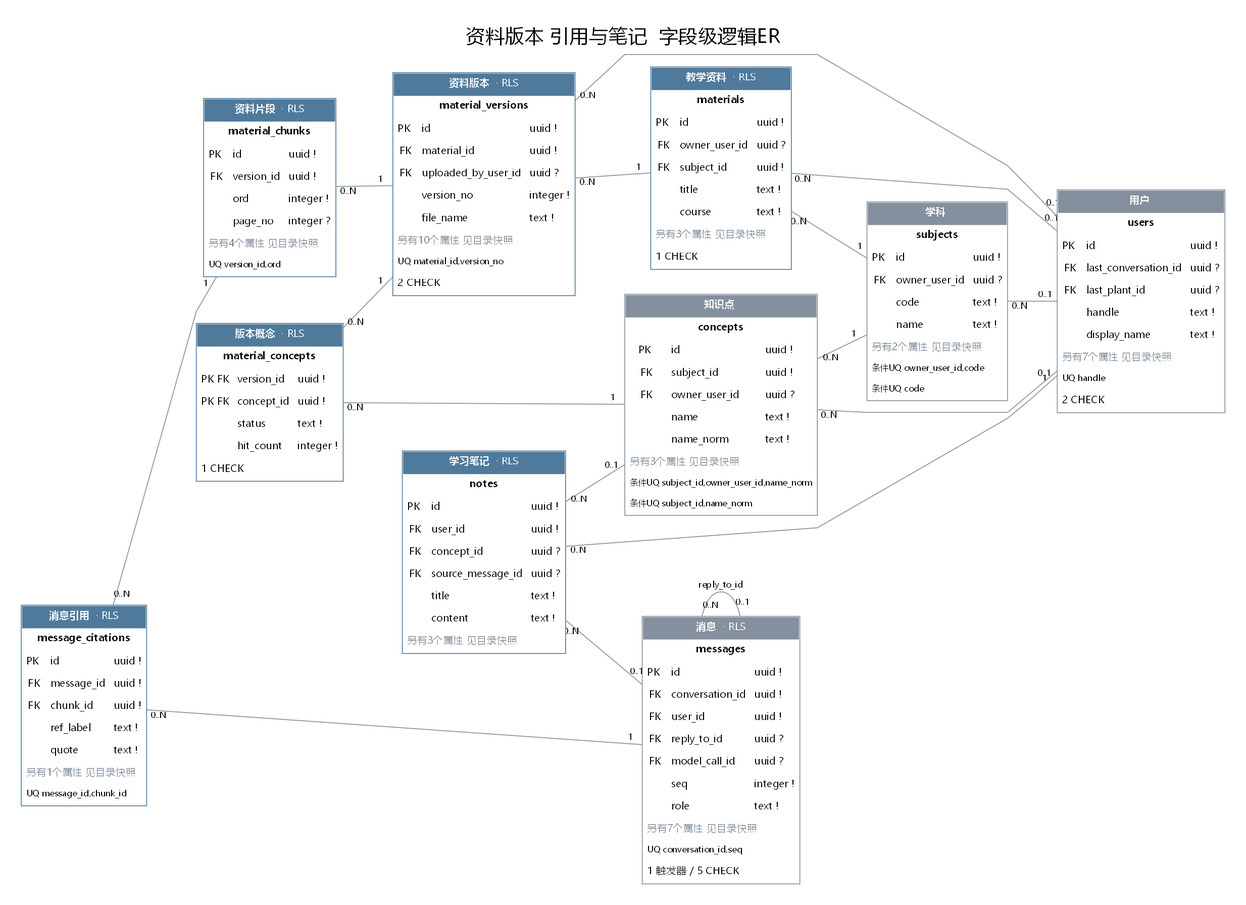
This is docs/er/advanced/detail-materials.png from tanqingcan/knowverse, a Graphviz export, as it was before one commit. Its source is kept beside it as docs/er/advanced/detail-materials.dot.
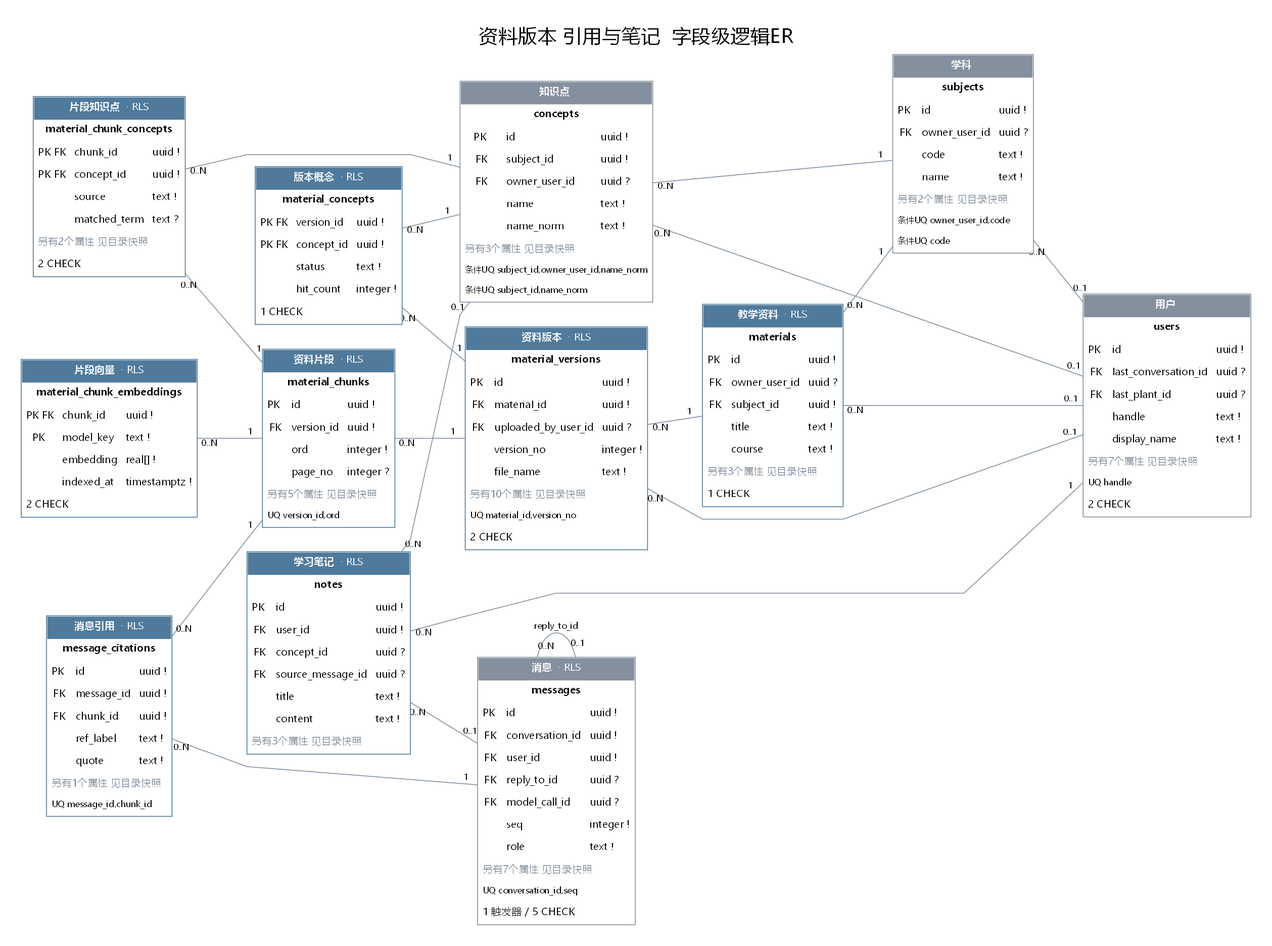
After the change.

The edit, as a diff of the source:
```diff
@@ -3,8 +3,10 @@
 node [fontname="Microsoft YaHei",fontsize=12]; edge [fontname="Microsoft YaHei",fontsize=10,labelfontsize=10,labeldistance=1.6];
 "materials" [shape=plain label=<<TABLE BORDER="1" CELLBORDER="0" CELLSPACING="0" CELLPADDING="5" BGCOLOR="white" COLOR="#507a9b"><TR><TD COLSPAN="3" BGCOLOR="#507a9b"><FONT COLOR="white"><B>教学资料</B>  · RLS</FONT></TD></TR><TR><TD COLSPAN="3"><B>materials</B></TD></TR><TR><TD>PK </TD><TD PORT="id" ALIGN="LEFT">id</TD><TD ALIGN="LEFT">uuid !</TD></TR><TR><TD>FK</TD><TD PORT="owner_user_id" ALIGN="LEFT">owner_user_id</TD><TD ALIGN="LEFT">uuid ?</TD></TR><TR><TD>FK</TD><TD PORT="subject_id" ALIGN="LEFT">subject_id</TD><TD ALIGN="LEFT">uuid !</TD></TR><TR><TD></TD><TD PORT="title" ALIGN="LEFT">title</TD><TD ALIGN="LEFT">text !</TD></TR><TR><TD></TD><TD PORT="course" ALIGN="LEFT">course</TD><TD ALIGN="LEFT">text !</TD></TR><TR><TD COLSPAN="3" ALIGN="LEFT"><FONT COLOR="#697787">另有3个属性 见目录快照</FONT></TD></TR><TR><TD COLSPAN="3" ALIGN="LEFT">1 CHECK</TD></TR></TABLE>>];
 "material_versions" [shape=plain label=<<TABLE BORDER="1" CELLBORDER="0" CELLSPACING="0" CELLPADDING="5" BGCOLOR="white" COLOR="#507a9b"><TR><TD COLSPAN="3" BGCOLOR="#507a9b"><FONT COLOR="white"><B>资料版本</B>  · RLS</FONT></TD></TR><TR><TD COLSPAN="3"><B>material_versions</B></TD></TR><TR><TD>PK </TD><TD PORT="id" ALIGN="LEFT">id</TD><TD ALIGN="LEFT">uuid !</TD></TR><TR><TD>FK</TD><TD PORT="material_id" ALIGN="LEFT">material_id</TD><TD ALIGN="LEFT">uuid !</TD></TR><TR><TD>FK</TD><TD PORT="uploaded_by_user_id" ALIGN="LEFT">uploaded_by_user_id</TD><TD ALIGN="LEFT">uuid ?</TD></TR><TR><TD></TD><TD PORT="version_no" ALIGN="LEFT">version_no</TD><TD ALIGN="LEFT">integer !</TD></TR><TR><TD></TD><TD PORT="file_name" ALIGN="LEFT">file_name</TD><TD ALIGN="LEFT">text !</TD></TR><TR><TD COLSPAN="3" ALIGN="LEFT"><FONT COLOR="#697787">另有10个属性 见目录快照</FONT></TD></TR><TR><TD COLSPAN="3" ALIGN="LEFT"><FONT POINT-SIZE="10">UQ material_id,version_no</FONT></TD></TR><TR><TD COLSPAN="3" ALIGN="LEFT">2 CHECK</TD></TR></TABLE>>];
-"material_chunks" [shape=plain label=<<TABLE BORDER="1" CELLBORDER="0" CELLSPACING="0" CELLPADDING="5" BGCOLOR="white" COLOR="#507a9b"><TR><TD COLSPAN="3" BGCOLOR="#507a9b"><FONT COLOR="white"><B>资料片段</B>  · RLS</FONT></TD></TR><TR><TD COLSPAN="3"><B>material_chunks</B></TD></TR><TR><TD>PK </TD><TD PORT="id" ALIGN="LEFT">id</TD><TD ALIGN="LEFT">uuid !</TD></TR><TR><TD>FK</TD><TD PORT="version_id" ALIGN="LEFT">version_id</TD><TD ALIGN="LEFT">uuid !</TD></TR><TR><TD></TD><TD PORT="ord" ALIGN="LEFT">ord</TD><TD ALIGN="LEFT">integer !</TD></TR><TR><TD></TD><TD PORT="page_no" ALIGN="LEFT">page_no</TD><TD ALIGN="LEFT">integer ?</TD></TR><TR><TD COLSPAN="3" ALIGN="LEFT"><FONT COLOR="#697787">另有4个属性 见目录快照</FONT></TD></TR><TR><TD COLSPAN="3" ALIGN="LEFT"><FONT POINT-SIZE="10">UQ version_id,ord</FONT></TD></TR></TABLE>>];
+"material_chunks" [shape=plain label=<<TABLE BORDER="1" CELLBORDER="0" CELLSPACING="0" CELLPADDING="5" BGCOLOR="white" COLOR="#507a9b"><TR><TD COLSPAN="3" BGCOLOR="#507a9b"><FONT COLOR="white"><B>资料片段</B>  · RLS</FONT></TD></TR><TR><TD COLSPAN="3"><B>material_chunks</B></TD></TR><TR><TD>PK </TD><TD PORT="id" ALIGN="LEFT">id</TD><TD ALIGN="LEFT">uuid !</TD></TR><TR><TD>FK</TD><TD PORT="version_id" ALIGN="LEFT">version_id</TD><TD ALIGN="LEFT">uuid !</TD></TR><TR><TD></TD><TD PORT="ord" ALIGN="LEFT">ord</TD><TD ALIGN="LEFT">integer !</TD></TR><TR><TD></TD><TD PORT="page_no" ALIGN="LEFT">page_no</TD><TD ALIGN="LEFT">integer ?</TD></TR><TR><TD COLSPAN="3" ALIGN="LEFT"><FONT COLOR="#697787">另有5个属性 见目录快照</FONT></TD></TR><TR><TD COLSPAN="3" ALIGN="LEFT"><FONT POINT-SIZE="10">UQ version_id,ord</FONT></TD></TR></TABLE>>];
 "material_concepts" [shape=plain label=<<TABLE BORDER="1" CELLBORDER="0" CELLSPACING="0" CELLPADDING="5" BGCOLOR="white" COLOR="#507a9b"><TR><TD COLSPAN="3" BGCOLOR="#507a9b"><FONT COLOR="white"><B>版本概念</B>  · RLS</FONT></TD></TR><TR><TD COLSPAN="3"><B>material_concepts</B></TD></TR><TR><TD>PK FK</TD><TD PORT="version_id" ALIGN="LEFT">version_id</TD><TD ALIGN="LEFT">uuid !</TD></TR><TR><TD>PK FK</TD><TD PORT="concept_id" ALIGN="LEFT">concept_id</TD><TD ALIGN="LEFT">uuid !</TD></TR><TR><TD></TD><TD PORT="status" ALIGN="LEFT">status</TD><TD ALIGN="LEFT">text !</TD></TR><TR><TD></TD><TD PORT="hit_count" ALIGN="LEFT">hit_count</TD><TD ALIGN="LEFT">integer !</TD></TR><TR><TD COLSPAN="3" ALIGN="LEFT">1 CHECK</TD></TR></TABLE>>];
+"material_chunk_concepts" [shape=plain label=<<TABLE BORDER="1" CELLBORDER="0" CELLSPACING="0" CELLPADDING="5" BGCOLOR="white" COLOR="#507a9b"><TR><TD COLSPAN="3" BGCOLOR="#507a9b"><FONT COLOR="white"><B>片段知识点</B>  · RLS</FONT></TD></TR><TR><TD COLSPAN="3"><B>material_chunk_concepts</B></TD></TR><TR><TD>PK FK</TD><TD PORT="chunk_id" ALIGN="LEFT">chunk_id</TD><TD ALIGN="LEFT">uuid !</TD></TR><TR><TD>PK FK</TD><TD PORT="concept_id" ALIGN="LEFT">concept_id</TD><TD ALIGN="LEFT">uuid !</TD></TR><TR><TD></TD><TD PORT="source" ALIGN="LEFT">source</TD><TD ALIGN="LEFT">text !</TD></TR><TR><TD></TD><TD PORT="matched_term" ALIGN="LEFT">matched_term</TD><TD ALIGN="LEFT">text ?</TD></TR><TR><TD COLSPAN="3" ALIGN="LEFT"><FONT COLOR="#697787">另有2个属性 见目录快照</FONT></TD></TR><TR><TD COLSPAN="3" ALIGN="LEFT">2 CHECK</TD></TR></TABLE>>];
+"material_chunk_embeddings" [shape=plain label=<<TABLE BORDER="1" CELLBORDER="0" CELLSPACING="0" CELLPADDING="5" BGCOLOR="white" COLOR="#507a9b"><TR><TD COLSPAN="3" BGCOLOR="#507a9b"><FONT COLOR="white"><B>片段向量</B>  · RLS</FONT></TD></TR><TR><TD COLSPAN="3"><B>material_chunk_embeddings</B></TD></TR><TR><TD>PK FK</TD><TD PORT="chunk_id" ALIGN="LEFT">chunk_id</TD><TD ALIGN="LEFT">uuid !</TD></TR><TR><TD>PK </TD><TD PORT="model_key" ALIGN="LEFT">model_key</TD><TD ALIGN="LEFT">text !</TD></TR><TR><TD></TD><TD PORT="embedding" ALIGN="LEFT">embedding</TD><TD ALIGN="LEFT">real[] !</TD></TR><TR><TD></TD><TD PORT="indexed_at" ALIGN="LEFT">indexed_at</TD><TD ALIGN="LEFT">timestamptz !</TD></TR><TR><TD COLSPAN="3" ALIGN="LEFT">2 CHECK</TD></TR></TABLE>>];
 "message_citations" [shape=plain label=<<TABLE BORDER="1" CELLBORDER="0" CELLSPACING="0" CELLPADDING="5" BGCOLOR="white" COLOR="#507a9b"><TR><TD COLSPAN="3" BGCOLOR="#507a9b"><FONT COLOR="white"><B>消息引用</B>  · RLS</FONT></TD></TR><TR><TD COLSPAN="3"><B>message_citations</B></TD></TR><TR><TD>PK </TD><TD PORT="id" ALIGN="LEFT">id</TD><TD ALIGN="LEFT">uuid !</TD></TR><TR><TD>FK</TD><TD PORT="message_id" ALIGN="LEFT">message_id</TD><TD ALIGN="LEFT">uuid !</TD></TR><TR><TD>FK</TD><TD PORT="chunk_id" ALIGN="LEFT">chunk_id</TD><TD ALIGN="LEFT">uuid !</TD></TR><TR><TD></TD><TD PORT="ref_label" ALIGN="LEFT">ref_label</TD><TD ALIGN="LEFT">text !</TD></TR><TR><TD></TD><TD PORT="quote" ALIGN="LEFT">quote</TD><TD ALIGN="LEFT">text !</TD></TR><TR><TD COLSPAN="3" ALIGN="LEFT"><FONT COLOR="#697787">另有1个属性 见目录快照</FONT></TD></TR><TR><TD COLSPAN="3" ALIGN="LEFT"><FONT POINT-SIZE="10">UQ message_id,chunk_id</FONT></TD></TR></TABLE>>];
 "notes" [shape=plain label=<<TABLE BORDER="1" CELLBORDER="0" CELLSPACING="0" CELLPADDING="5" BGCOLOR="white" COLOR="#507a9b"><TR><TD COLSPAN="3" BGCOLOR="#507a9b"><FONT COLOR="white"><B>学习笔记</B>  · RLS</FONT></TD></TR><TR><TD COLSPAN="3"><B>notes</B></TD></TR><TR><TD>PK </TD><TD PORT="id" ALIGN="LEFT">id</TD><TD ALIGN="LEFT">uuid !</TD></TR><TR><TD>FK</TD><TD PORT="user_id" ALIGN="LEFT">user_id</TD><TD ALIGN="LEFT">uuid !</TD></TR><TR><TD>FK</TD><TD PORT="concept_id" ALIGN="LEFT">concept_id</TD><TD ALIGN="LEFT">uuid ?</TD></TR><TR><TD>FK</TD><TD PORT="source_message_id" ALIGN="LEFT">source_message_id</TD><TD ALIGN="LEFT">uuid ?</TD></TR><TR><TD></TD><TD PORT="title" ALIGN="LEFT">title</TD><TD ALIGN="LEFT">text !</TD></TR><TR><TD></TD><TD PORT="content" ALIGN="LEFT">content</TD><TD ALIGN="LEFT">text !</TD></TR><TR><TD COLSPAN="3" ALIGN="LEFT"><FONT COLOR="#697787">另有3个属性 见目录快照</FONT></TD></TR></TABLE>>];
 "concepts" [shape=plain label=<<TABLE BORDER="1" CELLBORDER="0" CELLSPACING="0" CELLPADDING="5" BGCOLOR="white" COLOR="#85909e"><TR><TD COLSPAN="3" BGCOLOR="#85909e"><FONT COLOR="white"><B>知识点</B> </FONT></TD></TR><TR><TD COLSPAN="3"><B>concepts</B></TD></TR><TR><TD>PK </TD><TD PORT="id" ALIGN="LEFT">id</TD><TD ALIGN="LEFT">uuid !</TD></TR><TR><TD>FK</TD><TD PORT="subject_id" ALIGN="LEFT">subject_id</TD><TD ALIGN="LEFT">uuid !</TD></TR><TR><TD>FK</TD><TD PORT="owner_user_id" ALIGN="LEFT">owner_user_id</TD><TD ALIGN="LEFT">uuid ?</TD></TR><TR><TD></TD><TD PORT="name" ALIGN="LEFT">name</TD><TD ALIGN="LEFT">text !</TD></TR><TR><TD></TD><TD PORT="name_norm" ALIGN="LEFT">name_norm</TD><TD ALIGN="LEFT">text !</TD></TR><TR><TD COLSPAN="3" ALIGN="LEFT"><FONT COLOR="#697787">另有3个属性 见目录快照</FONT></TD></TR><TR><TD COLSPAN="3" ALIGN="LEFT"><FONT POINT-SIZE="10">条件UQ subject_id,owner_user_id,name_norm</FONT></TD></TR><TR><TD COLSPAN="3" ALIGN="LEFT"><FONT POINT-SIZE="10">条件UQ subject_id,name_norm</FONT></TD></TR></TABLE>>];
@@ -18,6 +20,9 @@
 "material_chunks" -> "material_versions" [dir=none color="#8b98a7" penwidth=1.1 headlabel="1" taillabel="0..N" label="" tooltip="FOREIGN KEY (version_id) REFERENCES material_versions(id) ON DELETE RESTRICT"];
 "material_concepts" -> "concepts" [dir=none color="#8b98a7" penwidth=1.1 headlabel="1" taillabel="0..N" label="" tooltip="FOREIGN KEY (concept_id) REFERENCES concepts(id) ON DELETE RESTRICT"];
 "material_concepts" -> "material_versions" [dir=none color="#8b98a7" penwidth=1.1 headlabel="1" taillabel="0..N" label="" tooltip="FOREIGN KEY (version_id) REFERENCES material_versions(id) ON DELETE CASCADE"];
+"material_chunk_concepts" -> "material_chunks" [dir=none color="#8b98a7" penwidth=1.1 headlabel="1" taillabel="0..N" label="" tooltip="FOREIGN KEY (chunk_id) REFERENCES material_chunks(id) ON DELETE CASCADE"];
+"material_chunk_concepts" -> "concepts" [dir=none color="#8b98a7" penwidth=1.1 headlabel="1" taillabel="0..N" label="" tooltip="FOREIGN KEY (concept_id) REFERENCES concepts(id) ON DELETE RESTRICT"];
+"material_chunk_embeddings" -> "material_chunks" [dir=none color="#8b98a7" penwidth=1.1 headlabel="1" taillabel="0..N" label="" tooltip="FOREIGN KEY (chunk_id) REFERENCES material_chunks(id) ON DELETE CASCADE"];
 "message_citations" -> "material_chunks" [dir=none color="#8b98a7" penwidth=1.1 headlabel="1" taillabel="0..N" label="" tooltip="FOREIGN KEY (chunk_id) REFERENCES material_chunks(id) ON DELETE RESTRICT"];
 "message_citations" -> "messages" [dir=none color="#8b98a7" penwidth=1.1 headlabel="1" taillabel="0..N" label="" tooltip="FOREIGN KEY (message_id) REFERENCES messages(id) ON DELETE CASCADE"];
 "notes" -> "concepts" [dir=none color="#8b98a7" penwidth=1.1 headlabel="0..1" taillabel="0..N" label="" tooltip="FOREIGN KEY (concept_id) REFERENCES concepts(id) ON DELETE SET NULL"];
```
